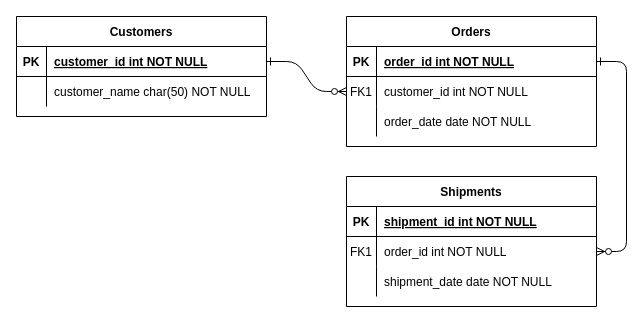
Before: EliorWork/Untitled Diagram.drawio in SENG-350-2024-fall/Team9, a draw.io diagram. Source tidied: cells renumbered, new cells numbered last; positions are measured from the earlier drawing's top-left corner, leaving out a move shared by most shapes. Both pictures are drawn from the tidied source at 100%, with x=0, y=0 at pixel (16, 16).
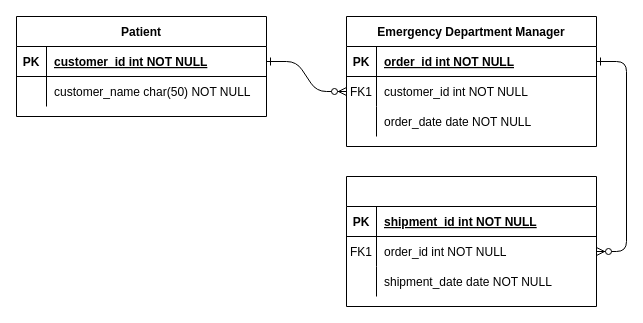
After the change.

Change to the diagram source:
```diff
@@
-    <mxCell id="4" value="Orders" style="shape=table;startSize=30;childLayout=tableLayout;rowLines=0;fontStyle=1;align=center;" parent="1" vertex="1">
+    <mxCell id="4" value="Emergency Department Manager" style="shape=table;startSize=30;childLayout=tableLayout;rowLines=0;fontStyle=1;align=center;" parent="1" vertex="1">
       <mxGeometry x="330" width="250" height="130" as="geometry" />
     </mxCell>
@@
-    <mxCell id="14" value="Shipments" style="shape=table;startSize=30;childLayout=tableLayout;rowLines=0;fontStyle=1;align=center;" parent="1" vertex="1">
+    <mxCell id="14" style="shape=table;startSize=30;childLayout=tableLayout;rowLines=0;fontStyle=1;align=center;" parent="1" vertex="1">
       <mxGeometry x="330" y="160" width="250" height="130" as="geometry" />
     </mxCell>
@@
-    <mxCell id="24" value="Customers" style="shape=table;startSize=30;childLayout=tableLayout;rowLines=0;fontStyle=1;align=center;" parent="1" vertex="1">
+    <mxCell id="24" value="Patient" style="shape=table;startSize=30;childLayout=tableLayout;rowLines=0;fontStyle=1;align=center;" parent="1" vertex="1">
       <mxGeometry width="250" height="100" as="geometry" />
     </mxCell>
```
